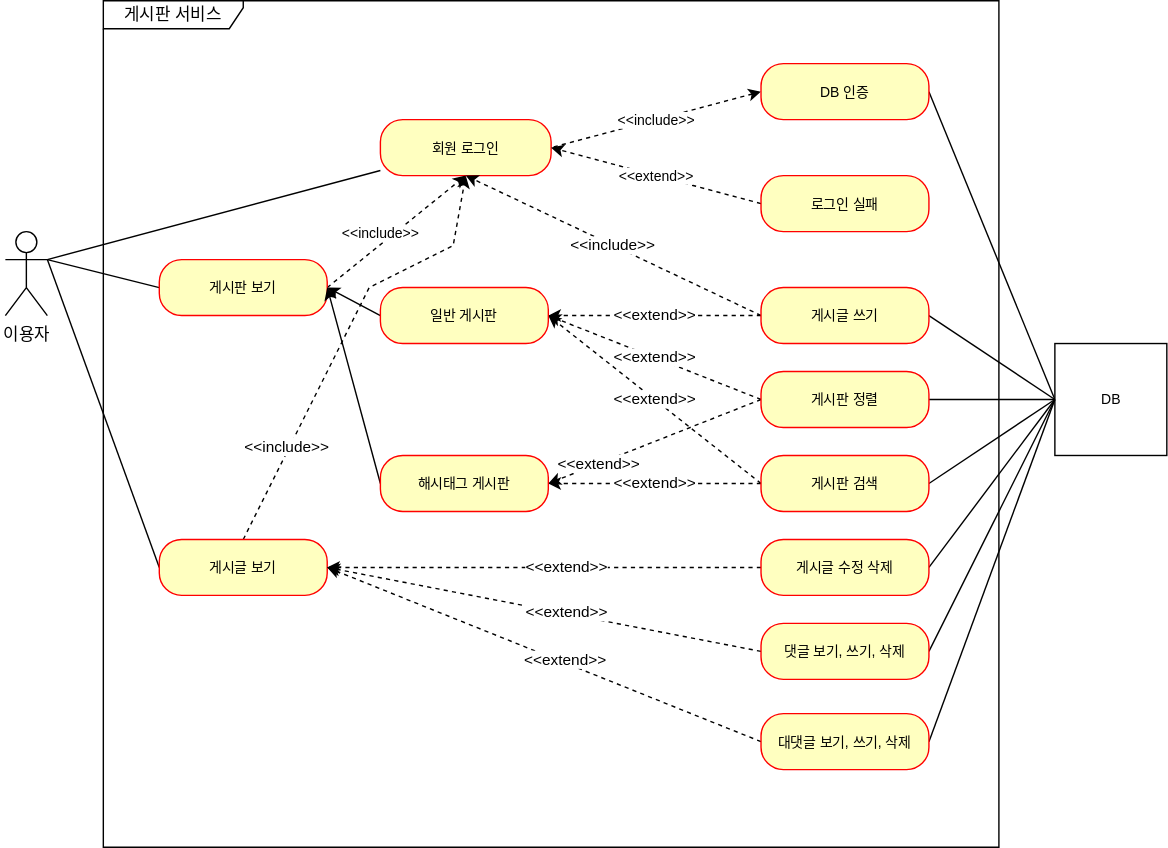
This is document/use-case.svg from bang-star/fastcampus-project-board, a draw.io export, as it was before one commit. Source tidied: cells renumbered, new cells last; positions are measured from the earlier drawing's top-left corner, leaving out a move shared by most shapes.
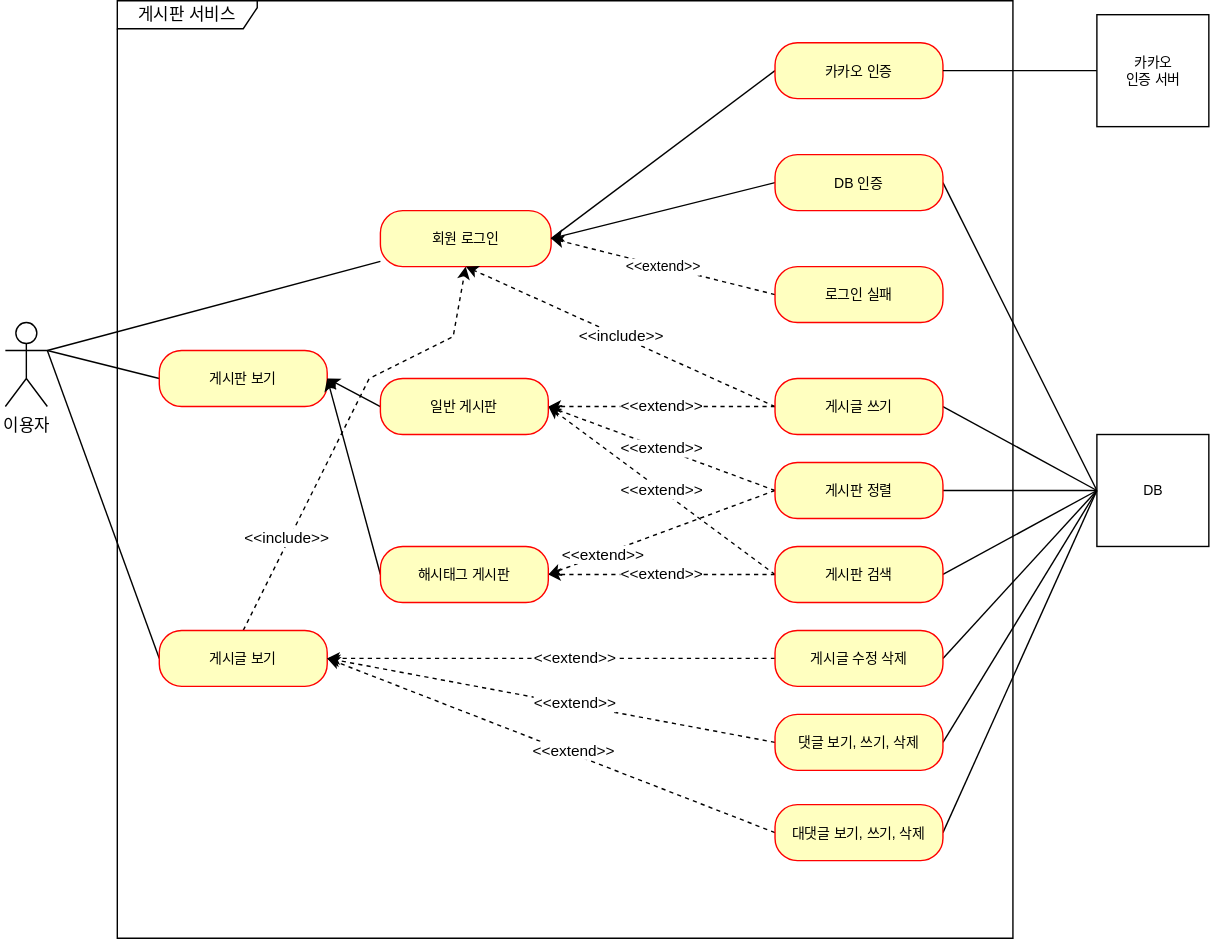
After the commit.

Commit message:
#74 - use-case.svg 업데이트 : 카카오 인증 유즈케이스 추가

* 대댓글은 이전에 미리 표현함(61704f).

The edit, as a diff of the source:
```diff
@@ -6,7 +6,7 @@
       <mxGeometry y="165" width="30" height="60" as="geometry" />
     </mxCell>
     <mxCell id="3" value="게시판 서비스" style="shape=umlFrame;whiteSpace=wrap;html=1;width=100;height=20;" parent="1" vertex="1">
-      <mxGeometry x="70" width="640" height="605" as="geometry" />
+      <mxGeometry x="80" y="-65" width="640" height="670" as="geometry" />
     </mxCell>
     <mxCell id="4" style="edgeStyle=none;rounded=0;jettySize=auto;html=1;fontSize=10;startArrow=none;startFill=0;endArrow=none;endFill=0;exitX=0;exitY=0.5;exitDx=0;exitDy=0;" parent="1" edge="1" source="7">
       <mxGeometry relative="1" as="geometry">
@@ -35,20 +35,20 @@
     <mxCell id="9" value="&lt;font style=&quot;font-size: 10px;&quot;&gt;회원 로그인&lt;/font&gt;" style="rounded=1;whiteSpace=wrap;html=1;arcSize=40;fontColor=#000000;fillColor=#ffffc0;strokeColor=#ff0000;" parent="1" vertex="1">
       <mxGeometry x="268" y="85" width="122" height="40" as="geometry" />
     </mxCell>
+    <mxCell id="11" style="edgeStyle=none;rounded=0;jettySize=auto;html=1;entryX=0;entryY=0.5;entryDx=0;entryDy=0;fontSize=10;startArrow=none;startFill=0;endArrow=none;endFill=0;exitX=1;exitY=0.5;exitDx=0;exitDy=0;" parent="1" edge="1" source="12" target="36">
+      <mxGeometry relative="1" as="geometry" />
+    </mxCell>
-    <mxCell id="10" value="&amp;lt;&amp;lt;include&amp;gt;&amp;gt;" style="edgeStyle=none;rounded=0;jettySize=auto;html=1;entryX=1;entryY=0.5;entryDx=0;entryDy=0;fontSize=10;startArrow=classic;startFill=1;endArrow=none;endFill=0;dashed=1;exitX=0;exitY=0.5;exitDx=0;exitDy=0;" parent="1" edge="1" source="12" target="9">
+    <mxCell id="10" style="edgeStyle=none;rounded=0;jettySize=auto;html=1;entryX=1;entryY=0.5;entryDx=0;entryDy=0;startArrow=none;startFill=0;endArrow=classic;endFill=1;exitX=0;exitY=0.5;exitDx=0;exitDy=0;" parent="1" edge="1" source="12" target="9">
       <mxGeometry relative="1" as="geometry" />
     </mxCell>
-    <mxCell id="11" style="edgeStyle=none;rounded=0;jettySize=auto;html=1;entryX=0;entryY=0.5;entryDx=0;entryDy=0;fontSize=10;startArrow=none;startFill=0;endArrow=none;endFill=0;exitX=1;exitY=0.5;exitDx=0;exitDy=0;" parent="1" edge="1" source="12" target="36">
-      <mxGeometry relative="1" as="geometry" />
-    </mxCell>
     <mxCell id="12" value="&lt;font style=&quot;font-size: 10px;&quot;&gt;DB 인증&lt;/font&gt;" style="rounded=1;whiteSpace=wrap;html=1;arcSize=40;fontColor=#000000;fillColor=#ffffc0;strokeColor=#ff0000;" parent="1" vertex="1">
-      <mxGeometry x="540" y="45" width="120" height="40" as="geometry" />
+      <mxGeometry x="550" y="45" width="120" height="40" as="geometry" />
     </mxCell>
     <mxCell id="13" value="&amp;lt;&amp;lt;extend&amp;gt;&amp;gt;" style="edgeStyle=none;rounded=0;jettySize=auto;html=1;entryX=1;entryY=0.5;entryDx=0;entryDy=0;fontSize=10;startArrow=none;startFill=0;endArrow=classic;endFill=1;dashed=1;exitX=0;exitY=0.5;exitDx=0;exitDy=0;" parent="1" edge="1" source="14" target="9">
       <mxGeometry relative="1" as="geometry" />
     </mxCell>
     <mxCell id="14" value="&lt;span style=&quot;font-size: 10px;&quot;&gt;로그인 실패&lt;/span&gt;" style="rounded=1;whiteSpace=wrap;html=1;arcSize=40;fontColor=#000000;fillColor=#ffffc0;strokeColor=#ff0000;" parent="1" vertex="1">
-      <mxGeometry x="540" y="125" width="120" height="40" as="geometry" />
+      <mxGeometry x="550" y="125" width="120" height="40" as="geometry" />
     </mxCell>
     <mxCell id="15" style="edgeStyle=none;rounded=0;jettySize=auto;html=1;entryX=0;entryY=0.5;entryDx=0;entryDy=0;endArrow=none;endFill=0;exitX=1;exitY=0.5;exitDx=0;exitDy=0;" parent="1" edge="1" source="18" target="36">
       <mxGeometry relative="1" as="geometry" />
@@ -60,28 +60,18 @@
       <mxGeometry relative="1" as="geometry" />
     </mxCell>
     <mxCell id="18" value="&lt;span style=&quot;font-size: 10px;&quot;&gt;게시글 쓰기&lt;/span&gt;" style="rounded=1;whiteSpace=wrap;html=1;arcSize=40;fontColor=#000000;fillColor=#ffffc0;strokeColor=#ff0000;" parent="1" vertex="1">
-      <mxGeometry x="540" y="205" width="120" height="40" as="geometry" />
+      <mxGeometry x="550" y="205" width="120" height="40" as="geometry" />
     </mxCell>
     <mxCell id="19" style="edgeStyle=none;rounded=0;jettySize=auto;html=1;fontSize=10;startArrow=none;startFill=0;endArrow=none;endFill=0;exitX=0;exitY=0.5;exitDx=0;exitDy=0;" parent="1" edge="1" source="22">
       <mxGeometry relative="1" as="geometry">
         <mxPoint x="30" y="185" as="targetPoint" />
       </mxGeometry>
     </mxCell>
-    <mxCell id="20" style="edgeStyle=none;rounded=0;jettySize=auto;html=1;entryX=0.5;entryY=1;entryDx=0;entryDy=0;dashed=1;fontSize=10;startArrow=none;startFill=0;endArrow=classic;endFill=1;exitX=1;exitY=0.5;exitDx=0;exitDy=0;" parent="1" edge="1" source="22" target="9">
-      <mxGeometry relative="1" as="geometry" />
-    </mxCell>
-    <mxCell id="21" value="&amp;lt;&amp;lt;include&amp;gt;&amp;gt;" style="edgeLabel;html=1;align=center;verticalAlign=middle;fontSize=10;" parent="20" vertex="1">
-      <mxGeometry x="-0.26" relative="1" as="geometry">
-        <mxPoint x="1" y="-10" as="offset" />
-      </mxGeometry>
-    </mxCell>
     <mxCell id="22" value="&lt;font style=&quot;font-size: 10px;&quot;&gt;게시판 보기&lt;/font&gt;" style="rounded=1;whiteSpace=wrap;html=1;arcSize=40;fontColor=#000000;fillColor=#ffffc0;strokeColor=#ff0000;" parent="1" vertex="1">
       <mxGeometry x="110" y="185" width="120" height="40" as="geometry" />
     </mxCell>
-    <mxCell id="23" style="edgeStyle=none;rounded=0;jettySize=auto;html=1;exitX=1;exitY=0.5;exitDx=0;exitDy=0;endArrow=none;endFill=0;" parent="1" edge="1" source="27">
-      <mxGeometry relative="1" as="geometry">
-        <mxPoint x="750" y="285" as="targetPoint" />
-      </mxGeometry>
+    <mxCell id="23" style="edgeStyle=none;rounded=0;jettySize=auto;html=1;exitX=1;exitY=0.5;exitDx=0;exitDy=0;endArrow=none;endFill=0;entryX=0;entryY=0.5;entryDx=0;entryDy=0;" parent="1" edge="1" source="27" target="36">
+      <mxGeometry relative="1" as="geometry" />
     </mxCell>
     <mxCell id="24" value="&amp;lt;&amp;lt;extend&amp;gt;&amp;gt;" style="edgeStyle=none;rounded=0;jettySize=auto;html=1;entryX=1;entryY=0.5;entryDx=0;entryDy=0;dashed=1;startArrow=none;startFill=0;endArrow=classic;endFill=1;exitX=0;exitY=0.5;exitDx=0;exitDy=0;" parent="1" edge="1" source="27" target="38">
       <mxGeometry relative="1" as="geometry" />
@@ -93,12 +83,10 @@
       <mxGeometry x="0.53" relative="1" as="geometry" />
     </mxCell>
     <mxCell id="27" value="&lt;font style=&quot;font-size: 10px;&quot;&gt;게시판 정렬&lt;/font&gt;" style="rounded=1;whiteSpace=wrap;html=1;arcSize=40;fontColor=#000000;fillColor=#ffffc0;strokeColor=#ff0000;" parent="1" vertex="1">
-      <mxGeometry x="540" y="265" width="120" height="40" as="geometry" />
+      <mxGeometry x="550" y="265" width="120" height="40" as="geometry" />
     </mxCell>
-    <mxCell id="28" style="edgeStyle=none;rounded=0;jettySize=auto;html=1;exitX=1;exitY=0.5;exitDx=0;exitDy=0;endArrow=none;endFill=0;" parent="1" edge="1" source="31">
-      <mxGeometry relative="1" as="geometry">
-        <mxPoint x="750" y="285" as="targetPoint" />
-      </mxGeometry>
+    <mxCell id="28" style="edgeStyle=none;rounded=0;jettySize=auto;html=1;exitX=1;exitY=0.5;exitDx=0;exitDy=0;endArrow=none;endFill=0;entryX=0;entryY=0.5;entryDx=0;entryDy=0;" parent="1" edge="1" source="31" target="36">
+      <mxGeometry relative="1" as="geometry" />
     </mxCell>
     <mxCell id="29" value="&amp;lt;&amp;lt;extend&amp;gt;&amp;gt;" style="edgeStyle=none;rounded=0;jettySize=auto;html=1;exitX=0;exitY=0.5;exitDx=0;exitDy=0;dashed=1;startArrow=none;startFill=0;endArrow=classic;endFill=1;entryX=1;entryY=0.5;entryDx=0;entryDy=0;" parent="1" edge="1" source="31" target="38">
       <mxGeometry relative="1" as="geometry" />
@@ -107,7 +95,7 @@
       <mxGeometry relative="1" as="geometry" />
     </mxCell>
     <mxCell id="31" value="&lt;font style=&quot;font-size: 10px;&quot;&gt;게시판 검색&lt;/font&gt;" style="rounded=1;whiteSpace=wrap;html=1;arcSize=40;fontColor=#000000;fillColor=#ffffc0;strokeColor=#ff0000;" parent="1" vertex="1">
-      <mxGeometry x="540" y="325" width="120" height="40" as="geometry" />
+      <mxGeometry x="550" y="325" width="120" height="40" as="geometry" />
     </mxCell>
     <mxCell id="32" style="edgeStyle=none;rounded=0;jettySize=auto;html=1;exitX=1;exitY=0.5;exitDx=0;exitDy=0;entryX=0;entryY=0.5;entryDx=0;entryDy=0;endArrow=none;endFill=0;" parent="1" edge="1" source="35" target="36">
       <mxGeometry relative="1" as="geometry" />
@@ -119,10 +107,10 @@
       <mxGeometry x="-0.1" y="-1" relative="1" as="geometry" />
     </mxCell>
     <mxCell id="35" value="&lt;span style=&quot;font-size: 10px;&quot;&gt;게시글 수정 삭제&lt;/span&gt;" style="rounded=1;whiteSpace=wrap;html=1;arcSize=40;fontColor=#000000;fillColor=#ffffc0;strokeColor=#ff0000;" parent="1" vertex="1">
-      <mxGeometry x="540" y="385" width="120" height="40" as="geometry" />
+      <mxGeometry x="550" y="385" width="120" height="40" as="geometry" />
     </mxCell>
     <mxCell id="36" value="DB" style="html=1;fontSize=10;" parent="1" vertex="1">
-      <mxGeometry x="750" y="245" width="80" height="80" as="geometry" />
+      <mxGeometry x="780" y="245" width="80" height="80" as="geometry" />
     </mxCell>
     <mxCell id="37" style="edgeStyle=none;rounded=0;jettySize=auto;html=1;exitX=0;exitY=0.5;exitDx=0;exitDy=0;entryX=1;entryY=0.5;entryDx=0;entryDy=0;endArrow=classic;endFill=1;startArrow=none;startFill=0;" parent="1" edge="1" source="38" target="22">
       <mxGeometry relative="1" as="geometry" />
@@ -140,7 +128,7 @@
       <mxGeometry x="-0.1" y="-2" relative="1" as="geometry" />
     </mxCell>
     <mxCell id="42" value="&lt;span style=&quot;font-size: 10px;&quot;&gt;댓글 보기, 쓰기, 삭제&lt;/span&gt;" style="rounded=1;whiteSpace=wrap;html=1;arcSize=40;fontColor=#000000;fillColor=#ffffc0;strokeColor=#ff0000;" parent="1" vertex="1">
-      <mxGeometry x="540" y="445" width="120" height="40" as="geometry" />
+      <mxGeometry x="550" y="445" width="120" height="40" as="geometry" />
     </mxCell>
     <mxCell id="43" style="edgeStyle=none;rounded=0;jettySize=auto;html=1;exitX=1;exitY=0.5;exitDx=0;exitDy=0;entryX=0;entryY=0.5;entryDx=0;entryDy=0;endArrow=none;endFill=0;" parent="1" edge="1" source="46" target="36">
       <mxGeometry relative="1" as="geometry" />
@@ -156,7 +144,7 @@
       </mxGeometry>
     </mxCell>
     <mxCell id="46" value="&lt;span style=&quot;font-size: 10px;&quot;&gt;대댓글 보기, 쓰기, 삭제&lt;/span&gt;" style="rounded=1;whiteSpace=wrap;html=1;arcSize=40;fontColor=#000000;fillColor=#ffffc0;strokeColor=#ff0000;" parent="1" vertex="1">
-      <mxGeometry x="540" y="509.5" width="120" height="40" as="geometry" />
+      <mxGeometry x="550" y="509.5" width="120" height="40" as="geometry" />
     </mxCell>
     <mxCell id="47" style="edgeStyle=none;rounded=0;jettySize=auto;html=1;exitX=0;exitY=0.5;exitDx=0;exitDy=0;entryX=1;entryY=0.5;entryDx=0;entryDy=0;startArrow=none;startFill=0;endArrow=classic;endFill=1;" parent="1" edge="1" source="48" target="22">
       <mxGeometry relative="1" as="geometry" />
@@ -164,5 +152,19 @@
     <mxCell id="48" value="&lt;font style=&quot;font-size: 10px;&quot;&gt;해시태그 게시판&lt;/font&gt;" style="rounded=1;whiteSpace=wrap;html=1;arcSize=40;fontColor=#000000;fillColor=#ffffc0;strokeColor=#ff0000;" parent="1" vertex="1">
       <mxGeometry x="268" y="325" width="120" height="40" as="geometry" />
     </mxCell>
+    <mxCell id="49" style="rounded=0;jettySize=auto;html=1;endArrow=none;endFill=0;exitX=0;exitY=0.5;exitDx=0;exitDy=0;" parent="1" edge="1" source="50">
+      <mxGeometry relative="1" as="geometry">
+        <mxPoint x="390" y="105" as="targetPoint" />
+      </mxGeometry>
+    </mxCell>
+    <mxCell id="50" value="&lt;span style=&quot;font-size: 10px;&quot;&gt;카카오 인증&lt;/span&gt;" style="rounded=1;whiteSpace=wrap;html=1;arcSize=40;fontColor=#000000;fillColor=#ffffc0;strokeColor=#ff0000;" parent="1" vertex="1">
+      <mxGeometry x="550" y="-35" width="120" height="40" as="geometry" />
+    </mxCell>
+    <mxCell id="51" style="edgeStyle=orthogonalEdgeStyle;rounded=0;jettySize=auto;html=1;entryX=1;entryY=0.5;entryDx=0;entryDy=0;endArrow=none;endFill=0;" parent="1" edge="1" source="52" target="50">
+      <mxGeometry relative="1" as="geometry" />
+    </mxCell>
+    <mxCell id="52" value="카카오&lt;br&gt;인증 서버" style="html=1;fontSize=10;" parent="1" vertex="1">
+      <mxGeometry x="780" y="-55" width="80" height="80" as="geometry" />
+    </mxCell>
   </root>
 </mxGraphModel>
```
